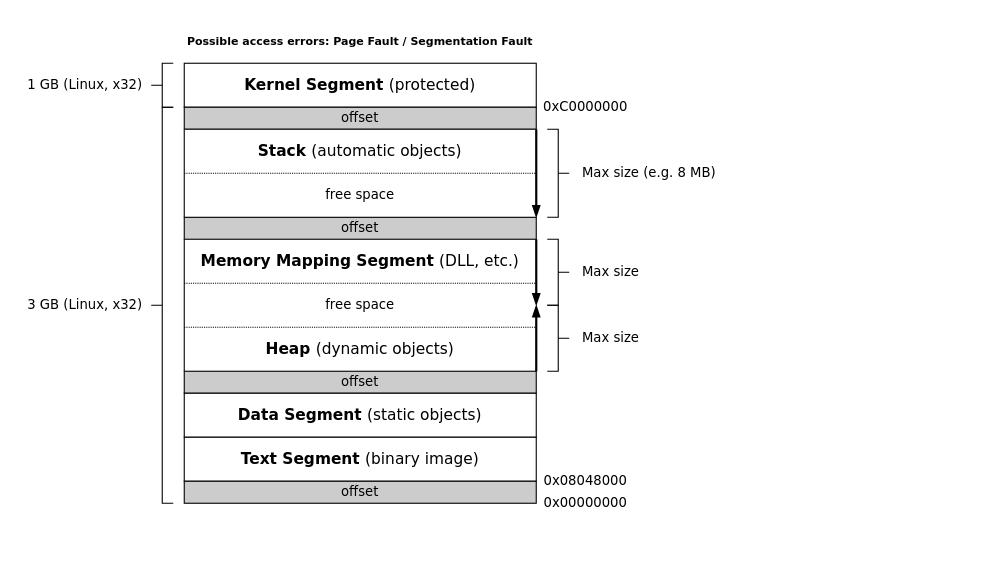
This is projects/examples/source/section_10/process_memory.drawio from i-s-m-mipt/Education, a draw.io file, before an edit. Source tidied: cells renumbered, new cells numbered last; positions are measured from the earlier drawing's top-left corner, leaving out a move shared by most shapes. Both pictures are drawn from the tidied source at 110%, with x=0, y=0 at pixel (19, 19).
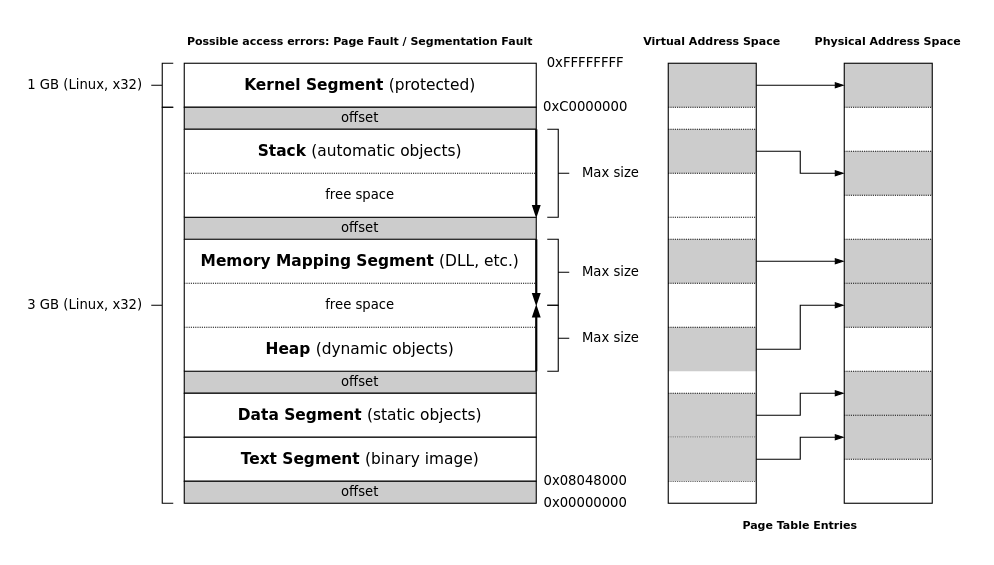
The same diagram, later.

Commit message (it also covers changes not shown here):
Доработан пример process_memory.

Change to the diagram source:
```diff
@@
+    <mxCell id="38" style="rounded=0;whiteSpace=wrap;html=1;fillColor=#CCCCCC;strokeColor=none;" parent="1" vertex="1">
+      <mxGeometry x="590" y="340" width="80" height="40" as="geometry" />
+    </mxCell>
+    <mxCell id="39" style="rounded=0;whiteSpace=wrap;html=1;fillColor=#CCCCCC;strokeColor=none;" parent="1" vertex="1">
+      <mxGeometry x="590" y="100" width="80" height="40" as="geometry" />
+    </mxCell>
+    <mxCell id="40" style="rounded=0;whiteSpace=wrap;html=1;fillColor=#CCCCCC;strokeColor=none;" parent="1" vertex="1">
+      <mxGeometry x="590" y="280" width="80" height="40" as="geometry" />
+    </mxCell>
+    <mxCell id="41" style="rounded=0;whiteSpace=wrap;html=1;fillColor=#CCCCCC;strokeColor=none;" parent="1" vertex="1">
+      <mxGeometry x="590" y="200" width="80" height="40" as="geometry" />
+    </mxCell>
+    <mxCell id="42" style="rounded=0;whiteSpace=wrap;html=1;fillColor=#CCCCCC;strokeColor=none;" parent="1" vertex="1">
+      <mxGeometry x="590" y="40" width="80" height="40" as="geometry" />
+    </mxCell>
+    <mxCell id="43" style="rounded=0;whiteSpace=wrap;html=1;fillColor=#CCCCCC;strokeColor=none;" parent="1" vertex="1">
+      <mxGeometry x="750" y="360" width="80" height="40" as="geometry" />
+    </mxCell>
+    <mxCell id="44" style="rounded=0;whiteSpace=wrap;html=1;fillColor=#CCCCCC;strokeColor=none;" parent="1" vertex="1">
+      <mxGeometry x="750" y="320" width="80" height="40" as="geometry" />
+    </mxCell>
+    <mxCell id="45" style="rounded=0;whiteSpace=wrap;html=1;fillColor=#CCCCCC;strokeColor=none;" parent="1" vertex="1">
+      <mxGeometry x="750" y="240" width="80" height="40" as="geometry" />
+    </mxCell>
+    <mxCell id="46" style="rounded=0;whiteSpace=wrap;html=1;fillColor=#CCCCCC;strokeColor=none;" parent="1" vertex="1">
+      <mxGeometry x="750" y="120" width="80" height="40" as="geometry" />
+    </mxCell>
+    <mxCell id="47" style="rounded=0;whiteSpace=wrap;html=1;fillColor=#CCCCCC;strokeColor=none;" parent="1" vertex="1">
+      <mxGeometry x="750" y="200" width="80" height="40" as="geometry" />
+    </mxCell>
+    <mxCell id="48" style="rounded=0;whiteSpace=wrap;html=1;fillColor=#CCCCCC;strokeColor=none;" parent="1" vertex="1">
+      <mxGeometry x="750" y="40" width="80" height="40" as="geometry" />
+    </mxCell>
@@
-    <mxCell id="13" value="&lt;font face=&quot;Verdana&quot;&gt;Max size (e.g. 8 MB)&lt;/font&gt;" style="text;html=1;strokeColor=none;fillColor=none;align=left;verticalAlign=middle;whiteSpace=wrap;rounded=0;" parent="1" vertex="1">
-      <mxGeometry x="510" y="130" width="130" height="20" as="geometry" />
+    <mxCell id="13" value="&lt;font face=&quot;Verdana&quot;&gt;Max size&lt;/font&gt;" style="text;html=1;strokeColor=none;fillColor=none;align=left;verticalAlign=middle;whiteSpace=wrap;rounded=0;" parent="1" vertex="1">
+      <mxGeometry x="510" y="130" width="60" height="20" as="geometry" />
     </mxCell>
@@
+    <mxCell id="49" value="&lt;font face=&quot;Verdana&quot;&gt;0xFFFFFFFF&lt;/font&gt;" style="text;html=1;strokeColor=none;fillColor=none;align=center;verticalAlign=middle;whiteSpace=wrap;rounded=0;" parent="1" vertex="1">
+      <mxGeometry x="470" y="30" width="90" height="20" as="geometry" />
+    </mxCell>
+    <mxCell id="50" style="endArrow=none;html=1;rounded=0;dashed=1;dashPattern=1 1;" parent="1" edge="1">
+      <mxGeometry relative="1" as="geometry">
+        <mxPoint x="590" y="80" as="sourcePoint" />
+        <mxPoint x="670" y="80" as="targetPoint" />
+      </mxGeometry>
+    </mxCell>
+    <mxCell id="51" style="endArrow=none;html=1;rounded=0;dashed=1;dashPattern=1 1;" parent="1" edge="1">
+      <mxGeometry relative="1" as="geometry">
+        <mxPoint x="590" y="140" as="sourcePoint" />
+        <mxPoint x="670" y="140" as="targetPoint" />
+      </mxGeometry>
+    </mxCell>
+    <mxCell id="52" style="endArrow=none;html=1;rounded=0;dashed=1;dashPattern=1 1;" parent="1" edge="1">
+      <mxGeometry relative="1" as="geometry">
+        <mxPoint x="590" y="180" as="sourcePoint" />
+        <mxPoint x="670" y="180" as="targetPoint" />
+      </mxGeometry>
+    </mxCell>
+    <mxCell id="53" style="endArrow=none;html=1;rounded=0;dashed=1;dashPattern=1 1;" parent="1" edge="1">
+      <mxGeometry relative="1" as="geometry">
+        <mxPoint x="590" y="200" as="sourcePoint" />
+        <mxPoint x="670" y="200" as="targetPoint" />
+      </mxGeometry>
+    </mxCell>
+    <mxCell id="54" style="endArrow=none;html=1;rounded=0;dashed=1;dashPattern=1 1;" parent="1" edge="1">
+      <mxGeometry relative="1" as="geometry">
+        <mxPoint x="590" y="240" as="sourcePoint" />
+        <mxPoint x="670" y="240" as="targetPoint" />
+      </mxGeometry>
+    </mxCell>
+    <mxCell id="55" style="endArrow=none;html=1;rounded=0;dashed=1;dashPattern=1 1;" parent="1" edge="1">
+      <mxGeometry relative="1" as="geometry">
+        <mxPoint x="590" y="280" as="sourcePoint" />
+        <mxPoint x="670" y="280" as="targetPoint" />
+      </mxGeometry>
+    </mxCell>
+    <mxCell id="56" style="endArrow=none;html=1;rounded=0;dashed=1;dashPattern=1 1;" parent="1" edge="1" source="82">
+      <mxGeometry relative="1" as="geometry">
+        <mxPoint x="670" y="320" as="targetPoint" />
+      </mxGeometry>
+    </mxCell>
+    <mxCell id="57" style="endArrow=none;html=1;rounded=0;dashed=1;dashPattern=1 1;" parent="1" edge="1">
+      <mxGeometry relative="1" as="geometry">
+        <mxPoint x="590" y="340" as="sourcePoint" />
+        <mxPoint x="670" y="340" as="targetPoint" />
+      </mxGeometry>
+    </mxCell>
+    <mxCell id="58" style="endArrow=none;html=1;rounded=0;dashed=1;dashPattern=1 1;" parent="1" edge="1">
+      <mxGeometry relative="1" as="geometry">
+        <mxPoint x="590" y="420" as="sourcePoint" />
+        <mxPoint x="670" y="420" as="targetPoint" />
+      </mxGeometry>
+    </mxCell>
+    <mxCell id="59" value="&lt;font style=&quot;font-size: 10px;&quot; face=&quot;Verdana&quot;&gt;&lt;b&gt;Virtual Address Space&lt;/b&gt;&lt;/font&gt;" style="text;html=1;strokeColor=none;fillColor=none;align=center;verticalAlign=middle;whiteSpace=wrap;rounded=0;" parent="1" vertex="1">
+      <mxGeometry x="550" width="160" height="40" as="geometry" />
+    </mxCell>
+    <mxCell id="60" style="rounded=0;whiteSpace=wrap;html=1;fillColor=none;" parent="1" vertex="1">
+      <mxGeometry x="750" y="40" width="80" height="400" as="geometry" />
+    </mxCell>
+    <mxCell id="61" style="endArrow=none;html=1;rounded=0;dashed=1;dashPattern=1 1;" parent="1" edge="1">
+      <mxGeometry relative="1" as="geometry">
+        <mxPoint x="750" y="80" as="sourcePoint" />
+        <mxPoint x="830" y="80" as="targetPoint" />
+      </mxGeometry>
+    </mxCell>
+    <mxCell id="62" style="endArrow=none;html=1;rounded=0;dashed=1;dashPattern=1 1;" parent="1" edge="1">
+      <mxGeometry relative="1" as="geometry">
+        <mxPoint x="750" y="120" as="sourcePoint" />
+        <mxPoint x="830" y="120" as="targetPoint" />
+      </mxGeometry>
+    </mxCell>
+    <mxCell id="63" style="endArrow=none;html=1;rounded=0;dashed=1;dashPattern=1 1;" parent="1" edge="1">
+      <mxGeometry relative="1" as="geometry">
+        <mxPoint x="750" y="160" as="sourcePoint" />
+        <mxPoint x="830" y="160" as="targetPoint" />
+      </mxGeometry>
+    </mxCell>
+    <mxCell id="64" style="endArrow=none;html=1;rounded=0;dashed=1;dashPattern=1 1;" parent="1" edge="1">
+      <mxGeometry relative="1" as="geometry">
+        <mxPoint x="750" y="200" as="sourcePoint" />
+        <mxPoint x="830" y="200" as="targetPoint" />
+      </mxGeometry>
+    </mxCell>
+    <mxCell id="65" style="endArrow=none;html=1;rounded=0;dashed=1;dashPattern=1 1;" parent="1" edge="1">
+      <mxGeometry relative="1" as="geometry">
+        <mxPoint x="750" y="240" as="sourcePoint" />
+        <mxPoint x="830" y="240" as="targetPoint" />
+      </mxGeometry>
+    </mxCell>
+    <mxCell id="66" style="endArrow=none;html=1;rounded=0;dashed=1;dashPattern=1 1;" parent="1" edge="1">
+      <mxGeometry relative="1" as="geometry">
+        <mxPoint x="750" y="280" as="sourcePoint" />
+        <mxPoint x="830" y="280" as="targetPoint" />
+      </mxGeometry>
+    </mxCell>
+    <mxCell id="67" style="endArrow=none;html=1;rounded=0;dashed=1;dashPattern=1 1;" parent="1" edge="1">
+      <mxGeometry relative="1" as="geometry">
+        <mxPoint x="750" y="320" as="sourcePoint" />
+        <mxPoint x="830" y="320" as="targetPoint" />
+      </mxGeometry>
+    </mxCell>
+    <mxCell id="68" style="endArrow=none;html=1;rounded=0;dashed=1;dashPattern=1 1;" parent="1" edge="1">
+      <mxGeometry relative="1" as="geometry">
+        <mxPoint x="750" y="360" as="sourcePoint" />
+        <mxPoint x="830" y="360" as="targetPoint" />
+      </mxGeometry>
+    </mxCell>
+    <mxCell id="69" style="endArrow=none;html=1;rounded=0;dashed=1;dashPattern=1 1;" parent="1" edge="1">
+      <mxGeometry relative="1" as="geometry">
+        <mxPoint x="750" y="400" as="sourcePoint" />
+        <mxPoint x="830" y="400" as="targetPoint" />
+      </mxGeometry>
+    </mxCell>
+    <mxCell id="70" value="&lt;font style=&quot;font-size: 10px;&quot; face=&quot;Verdana&quot;&gt;&lt;b&gt;Physical Address Space&lt;/b&gt;&lt;/font&gt;" style="text;html=1;strokeColor=none;fillColor=none;align=center;verticalAlign=middle;whiteSpace=wrap;rounded=0;" parent="1" vertex="1">
+      <mxGeometry x="710" width="160" height="40" as="geometry" />
+    </mxCell>
+    <mxCell id="71" style="endArrow=blockThin;html=1;rounded=0;exitX=1;exitY=0.5;exitDx=0;exitDy=0;entryX=0;entryY=0.5;entryDx=0;entryDy=0;endFill=1;" parent="1" edge="1" source="42" target="48">
+      <mxGeometry relative="1" as="geometry">
+        <Array as="points">
+          <mxPoint x="730" y="60" />
+        </Array>
+      </mxGeometry>
+    </mxCell>
+    <mxCell id="72" style="endArrow=blockThin;html=1;rounded=0;exitX=1;exitY=0.5;exitDx=0;exitDy=0;entryX=0;entryY=0.5;entryDx=0;entryDy=0;endFill=1;" parent="1" edge="1" source="39" target="46">
+      <mxGeometry relative="1" as="geometry">
+        <Array as="points">
+          <mxPoint x="710" y="120" />
+          <mxPoint x="710" y="140" />
+        </Array>
+      </mxGeometry>
+    </mxCell>
+    <mxCell id="73" style="endArrow=blockThin;html=1;rounded=0;exitX=1;exitY=0.5;exitDx=0;exitDy=0;entryX=0;entryY=0.5;entryDx=0;entryDy=0;endFill=1;" parent="1" edge="1" source="41" target="47">
+      <mxGeometry relative="1" as="geometry" />
+    </mxCell>
+    <mxCell id="74" style="endArrow=blockThin;html=1;rounded=0;exitX=1;exitY=0.5;exitDx=0;exitDy=0;endFill=1;entryX=0;entryY=0.5;entryDx=0;entryDy=0;" parent="1" edge="1" source="40" target="45">
+      <mxGeometry relative="1" as="geometry">
+        <Array as="points">
+          <mxPoint x="710" y="300" />
+          <mxPoint x="710" y="260" />
+        </Array>
+      </mxGeometry>
+    </mxCell>
+    <mxCell id="75" style="endArrow=blockThin;html=1;rounded=0;exitX=1;exitY=0.5;exitDx=0;exitDy=0;entryX=0;entryY=0.5;entryDx=0;entryDy=0;endFill=1;" parent="1" edge="1" source="38" target="44">
+      <mxGeometry relative="1" as="geometry">
+        <Array as="points">
+          <mxPoint x="710" y="360" />
+          <mxPoint x="710" y="340" />
+        </Array>
+      </mxGeometry>
+    </mxCell>
+    <mxCell id="76" value="&lt;font style=&quot;font-size: 10px;&quot; face=&quot;Verdana&quot;&gt;&lt;b&gt;Page Table Entries&lt;/b&gt;&lt;/font&gt;" style="text;html=1;strokeColor=none;fillColor=none;align=center;verticalAlign=middle;whiteSpace=wrap;rounded=0;" parent="1" vertex="1">
+      <mxGeometry x="630" y="440" width="160" height="40" as="geometry" />
+    </mxCell>
+    <mxCell id="77" style="endArrow=none;html=1;rounded=0;dashed=1;dashPattern=1 1;" parent="1" edge="1">
+      <mxGeometry relative="1" as="geometry">
+        <mxPoint x="590" y="100" as="sourcePoint" />
+        <mxPoint x="670" y="100" as="targetPoint" />
+      </mxGeometry>
+    </mxCell>
+    <mxCell id="78" style="endArrow=none;html=1;rounded=0;dashed=1;dashPattern=1 1;" parent="1" edge="1">
+      <mxGeometry relative="1" as="geometry">
+        <mxPoint x="590" y="380" as="sourcePoint" />
+        <mxPoint x="670" y="380" as="targetPoint" />
+      </mxGeometry>
+    </mxCell>
+    <mxCell id="79" style="rounded=0;whiteSpace=wrap;html=1;fillColor=#CCCCCC;strokeColor=none;" parent="1" vertex="1">
+      <mxGeometry x="590" y="380" width="80" height="40" as="geometry" />
+    </mxCell>
+    <mxCell id="80" style="endArrow=blockThin;html=1;rounded=0;exitX=1;exitY=0.5;exitDx=0;exitDy=0;entryX=0;entryY=0.5;entryDx=0;entryDy=0;endFill=1;" parent="1" edge="1">
+      <mxGeometry relative="1" as="geometry">
+        <mxPoint x="670" y="400" as="sourcePoint" />
+        <mxPoint x="750" y="380" as="targetPoint" />
+        <Array as="points">
+          <mxPoint x="710" y="400" />
+          <mxPoint x="710" y="380" />
+        </Array>
+      </mxGeometry>
+    </mxCell>
+    <mxCell id="81" style="endArrow=none;html=1;rounded=0;dashed=1;dashPattern=1 1;" parent="1" edge="1" target="82">
+      <mxGeometry relative="1" as="geometry">
+        <mxPoint x="590" y="320" as="sourcePoint" />
+      </mxGeometry>
+    </mxCell>
+    <mxCell id="82" style="rounded=0;whiteSpace=wrap;html=1;fillColor=none;" parent="1" vertex="1">
+      <mxGeometry x="590" y="40" width="80" height="400" as="geometry" />
+    </mxCell>
```
